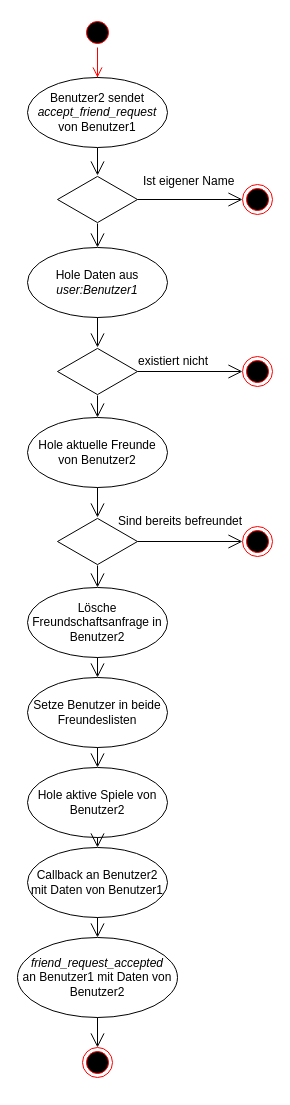
This is Bachelorarbeit/images/Freund akzeptieren.drawio from jasperfue/Gambit, a draw.io file, before an edit. Source tidied: cells renumbered, new cells numbered last; positions are measured from the earlier drawing's top-left corner, leaving out a move shared by most shapes. Both pictures are drawn from the tidied source at 100%, with x=0, y=0 at pixel (17, 17).
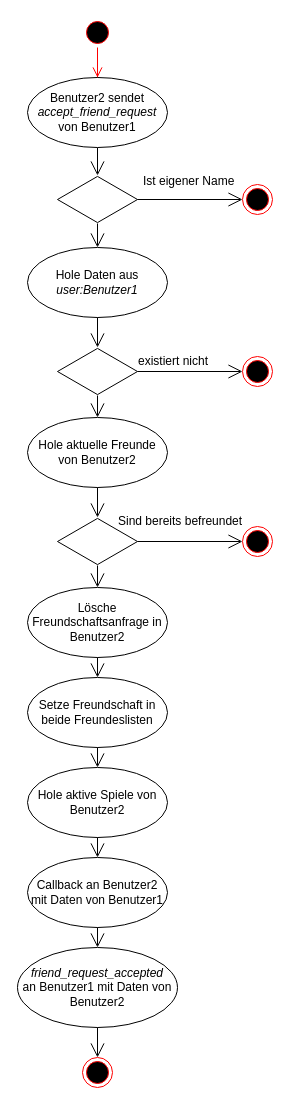
The same page after the edit.

The edit, as a diff of the source:
```diff
@@
-    <mxCell id="28" value="Setze Benutzer in beide Freundeslisten" style="ellipse;whiteSpace=wrap;html=1;" parent="1" vertex="1">
+    <mxCell id="28" value="Setze Freundschaft in beide Freundeslisten" style="ellipse;whiteSpace=wrap;html=1;" parent="1" vertex="1">
       <mxGeometry x="10" y="660" width="140" height="70" as="geometry" />
     </mxCell>
@@
     <mxCell id="32" value="Callback an Benutzer2 mit Daten von Benutzer1" style="ellipse;whiteSpace=wrap;html=1;" parent="1" vertex="1">
-      <mxGeometry x="10" y="830" width="140" height="70" as="geometry" />
+      <mxGeometry x="10" y="840" width="140" height="70" as="geometry" />
     </mxCell>
     <mxCell id="33" value="&lt;i&gt;friend_request_accepted&lt;/i&gt;&lt;br&gt;an Benutzer1 mit Daten von Benutzer2" style="ellipse;whiteSpace=wrap;html=1;" parent="1" vertex="1">
-      <mxGeometry y="920" width="160" height="80" as="geometry" />
+      <mxGeometry y="930" width="160" height="80" as="geometry" />
     </mxCell>
@@
     <mxCell id="35" style="ellipse;html=1;shape=endState;fillColor=#000000;strokeColor=#ff0000;" parent="1" vertex="1">
-      <mxGeometry x="65" y="1030" width="30" height="30" as="geometry" />
+      <mxGeometry x="65" y="1040" width="30" height="30" as="geometry" />
     </mxCell>
```
